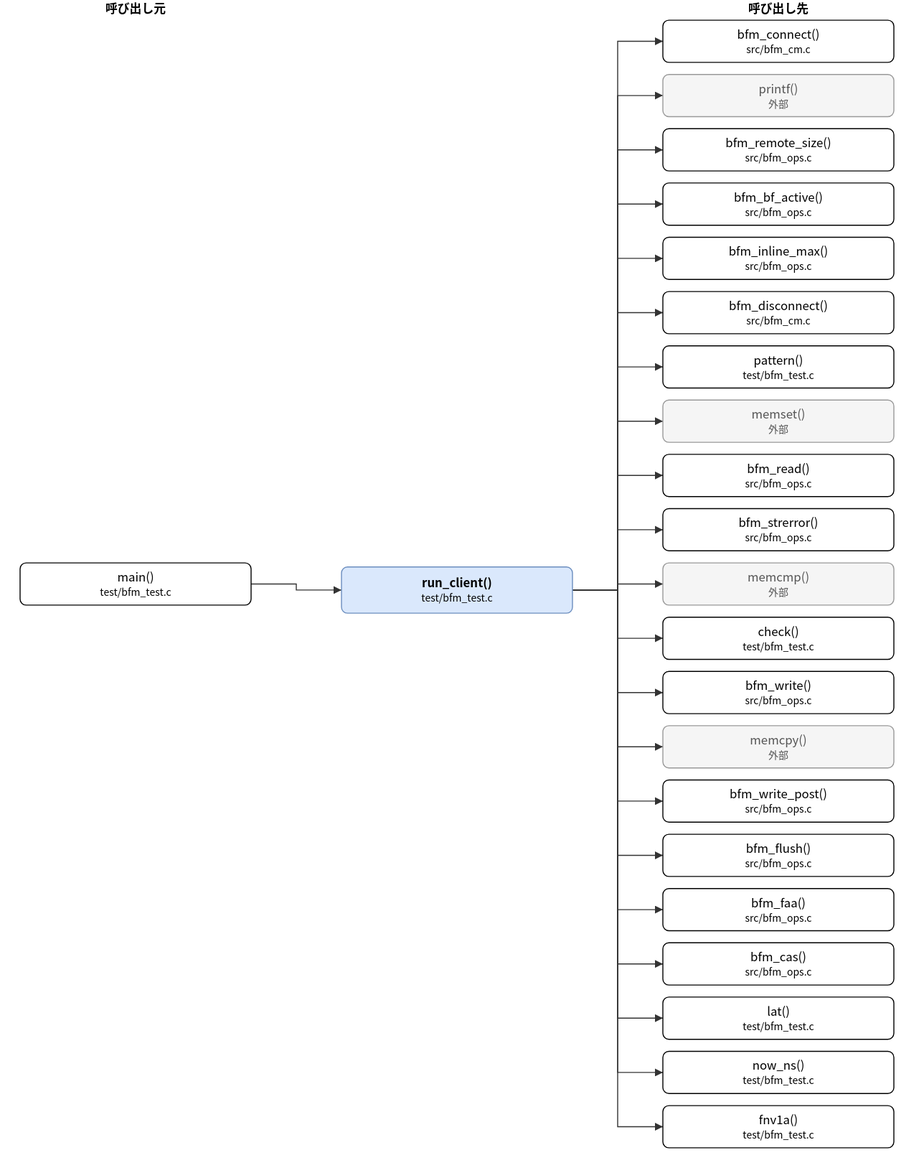
Above: doc/spec/images/call_test_bfm_test-run_client.drawio.svg in hf355051012-ai/bfmem (draw.io), before the change. Source tidied: cells renumbered, new cells last; positions are measured from the earlier drawing's top-left corner, leaving out a move shared by most shapes.
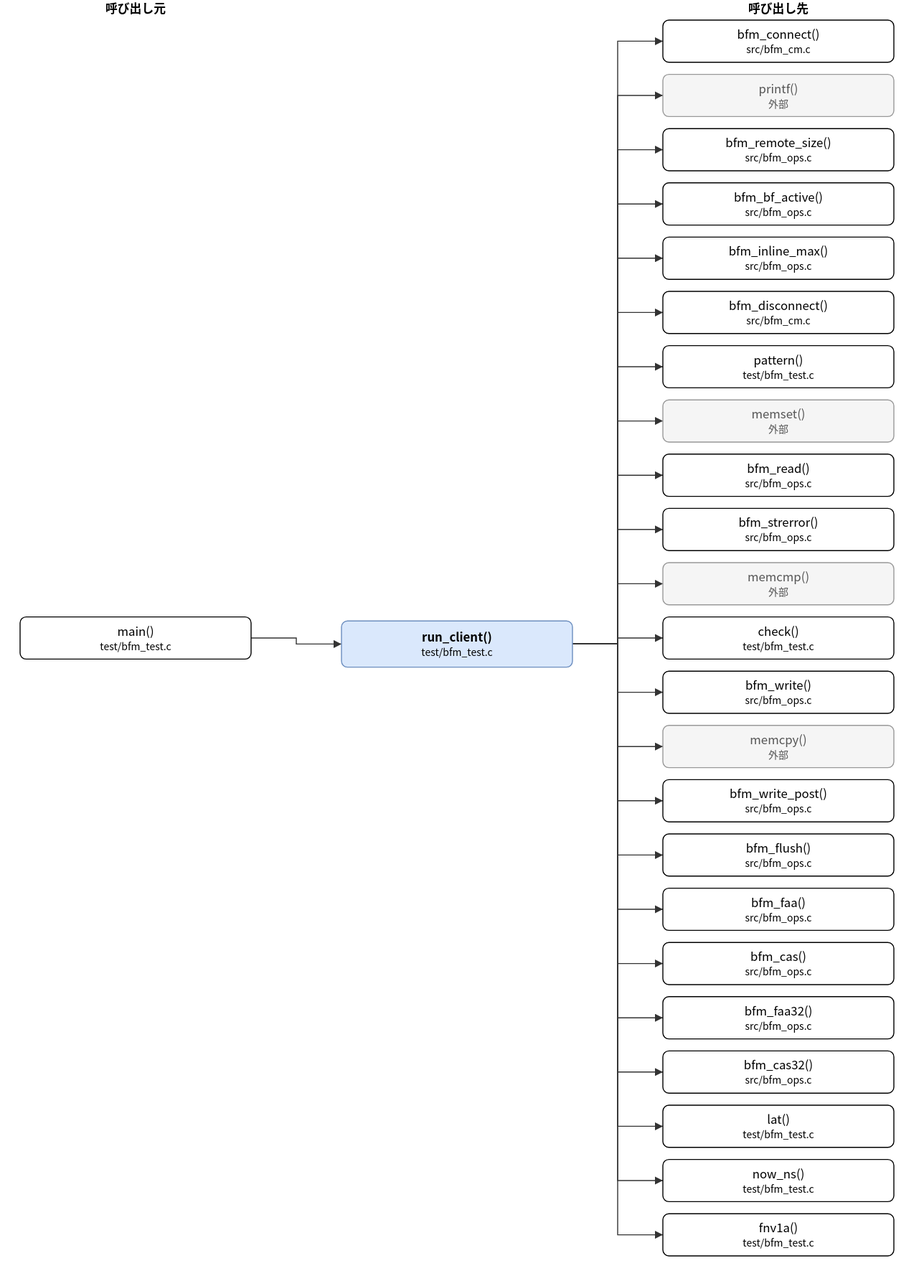
The same diagram one commit later.

What changed in the source:
```diff
@@ -3,10 +3,10 @@
     <mxCell id="0" />
     <mxCell id="1" parent="0" />
     <mxCell id="2" value="run_client()&lt;br&gt;&lt;font style=&quot;font-size:10px&quot;&gt;test/bfm_test.c&lt;/font&gt;" style="rounded=1;whiteSpace=wrap;html=1;fillColor=#dae8fc;strokeColor=#6c8ebf;fontStyle=1;" parent="1" vertex="1">
-      <mxGeometry x="320" y="564" width="230" height="46" as="geometry" />
+      <mxGeometry x="320" y="618" width="230" height="46" as="geometry" />
     </mxCell>
     <mxCell id="3" value="main()&lt;br&gt;&lt;font style=&quot;font-size:10px&quot;&gt;test/bfm_test.c&lt;/font&gt;" style="rounded=1;whiteSpace=wrap;html=1;" parent="1" vertex="1">
-      <mxGeometry y="560" width="230" height="42" as="geometry" />
+      <mxGeometry y="614" width="230" height="42" as="geometry" />
     </mxCell>
     <mxCell id="4" value="bfm_connect()&lt;br&gt;&lt;font style=&quot;font-size:10px&quot;&gt;src/bfm_cm.c&lt;/font&gt;" style="rounded=1;whiteSpace=wrap;html=1;" parent="1" vertex="1">
       <mxGeometry x="640" y="20" width="230" height="42" as="geometry" />
@@ -62,27 +62,33 @@
     <mxCell id="21" value="bfm_cas()&lt;br&gt;&lt;font style=&quot;font-size:10px&quot;&gt;src/bfm_ops.c&lt;/font&gt;" style="rounded=1;whiteSpace=wrap;html=1;" parent="1" vertex="1">
       <mxGeometry x="640" y="938" width="230" height="42" as="geometry" />
     </mxCell>
-    <mxCell id="22" value="lat()&lt;br&gt;&lt;font style=&quot;font-size:10px&quot;&gt;test/bfm_test.c&lt;/font&gt;" style="rounded=1;whiteSpace=wrap;html=1;" parent="1" vertex="1">
+    <mxCell id="22" value="bfm_faa32()&lt;br&gt;&lt;font style=&quot;font-size:10px&quot;&gt;src/bfm_ops.c&lt;/font&gt;" style="rounded=1;whiteSpace=wrap;html=1;" parent="1" vertex="1">
       <mxGeometry x="640" y="992" width="230" height="42" as="geometry" />
     </mxCell>
-    <mxCell id="23" value="now_ns()&lt;br&gt;&lt;font style=&quot;font-size:10px&quot;&gt;test/bfm_test.c&lt;/font&gt;" style="rounded=1;whiteSpace=wrap;html=1;" parent="1" vertex="1">
+    <mxCell id="23" value="bfm_cas32()&lt;br&gt;&lt;font style=&quot;font-size:10px&quot;&gt;src/bfm_ops.c&lt;/font&gt;" style="rounded=1;whiteSpace=wrap;html=1;" parent="1" vertex="1">
       <mxGeometry x="640" y="1046" width="230" height="42" as="geometry" />
     </mxCell>
-    <mxCell id="24" value="fnv1a()&lt;br&gt;&lt;font style=&quot;font-size:10px&quot;&gt;test/bfm_test.c&lt;/font&gt;" style="rounded=1;whiteSpace=wrap;html=1;" parent="1" vertex="1">
+    <mxCell id="24" value="lat()&lt;br&gt;&lt;font style=&quot;font-size:10px&quot;&gt;test/bfm_test.c&lt;/font&gt;" style="rounded=1;whiteSpace=wrap;html=1;" parent="1" vertex="1">
       <mxGeometry x="640" y="1100" width="230" height="42" as="geometry" />
     </mxCell>
+    <mxCell id="49" value="now_ns()&lt;br&gt;&lt;font style=&quot;font-size:10px&quot;&gt;test/bfm_test.c&lt;/font&gt;" style="rounded=1;whiteSpace=wrap;html=1;" parent="1" vertex="1">
+      <mxGeometry x="640" y="1154" width="230" height="42" as="geometry" />
+    </mxCell>
+    <mxCell id="50" value="fnv1a()&lt;br&gt;&lt;font style=&quot;font-size:10px&quot;&gt;test/bfm_test.c&lt;/font&gt;" style="rounded=1;whiteSpace=wrap;html=1;" parent="1" vertex="1">
+      <mxGeometry x="640" y="1208" width="230" height="42" as="geometry" />
+    </mxCell>
     <mxCell id="25" style="edgeStyle=none;html=1;rounded=0;endArrow=block;endFill=1;exitX=1.0000;exitY=0.5000;exitDx=0;exitDy=0;exitPerimeter=0;entryX=0.0000;entryY=0.5000;entryDx=0;entryDy=0;entryPerimeter=0;" parent="1" edge="1" source="3" target="2">
       <mxGeometry relative="1" as="geometry">
         <Array as="points">
-          <mxPoint x="275" y="581" />
-          <mxPoint x="275" y="587" />
+          <mxPoint x="275" y="635" />
+          <mxPoint x="275" y="641" />
         </Array>
       </mxGeometry>
     </mxCell>
     <mxCell id="26" style="edgeStyle=none;html=1;rounded=0;endArrow=block;endFill=1;exitX=1.0000;exitY=0.5000;exitDx=0;exitDy=0;exitPerimeter=0;entryX=0.0000;entryY=0.5000;entryDx=0;entryDy=0;entryPerimeter=0;" parent="1" edge="1" source="2" target="4">
       <mxGeometry relative="1" as="geometry">
         <Array as="points">
-          <mxPoint x="595" y="587" />
+          <mxPoint x="595" y="641" />
           <mxPoint x="595" y="41" />
         </Array>
       </mxGeometry>
@@ -90,7 +96,7 @@
     <mxCell id="27" style="edgeStyle=none;html=1;rounded=0;endArrow=block;endFill=1;exitX=1.0000;exitY=0.5000;exitDx=0;exitDy=0;exitPerimeter=0;entryX=0.0000;entryY=0.5000;entryDx=0;entryDy=0;entryPerimeter=0;" parent="1" edge="1" source="2" target="5">
       <mxGeometry relative="1" as="geometry">
         <Array as="points">
-          <mxPoint x="595" y="587" />
+          <mxPoint x="595" y="641" />
           <mxPoint x="595" y="95" />
         </Array>
       </mxGeometry>
@@ -98,7 +104,7 @@
     <mxCell id="28" style="edgeStyle=none;html=1;rounded=0;endArrow=block;endFill=1;exitX=1.0000;exitY=0.5000;exitDx=0;exitDy=0;exitPerimeter=0;entryX=0.0000;entryY=0.5000;entryDx=0;entryDy=0;entryPerimeter=0;" parent="1" edge="1" source="2" target="6">
       <mxGeometry relative="1" as="geometry">
         <Array as="points">
-          <mxPoint x="595" y="587" />
+          <mxPoint x="595" y="641" />
           <mxPoint x="595" y="149" />
         </Array>
       </mxGeometry>
@@ -106,7 +112,7 @@
     <mxCell id="29" style="edgeStyle=none;html=1;rounded=0;endArrow=block;endFill=1;exitX=1.0000;exitY=0.5000;exitDx=0;exitDy=0;exitPerimeter=0;entryX=0.0000;entryY=0.5000;entryDx=0;entryDy=0;entryPerimeter=0;" parent="1" edge="1" source="2" target="7">
       <mxGeometry relative="1" as="geometry">
         <Array as="points">
-          <mxPoint x="595" y="587" />
+          <mxPoint x="595" y="641" />
           <mxPoint x="595" y="203" />
         </Array>
       </mxGeometry>
@@ -114,7 +120,7 @@
     <mxCell id="30" style="edgeStyle=none;html=1;rounded=0;endArrow=block;endFill=1;exitX=1.0000;exitY=0.5000;exitDx=0;exitDy=0;exitPerimeter=0;entryX=0.0000;entryY=0.5000;entryDx=0;entryDy=0;entryPerimeter=0;" parent="1" edge="1" source="2" target="8">
       <mxGeometry relative="1" as="geometry">
         <Array as="points">
-          <mxPoint x="595" y="587" />
+          <mxPoint x="595" y="641" />
           <mxPoint x="595" y="257" />
         </Array>
       </mxGeometry>
@@ -122,7 +128,7 @@
     <mxCell id="31" style="edgeStyle=none;html=1;rounded=0;endArrow=block;endFill=1;exitX=1.0000;exitY=0.5000;exitDx=0;exitDy=0;exitPerimeter=0;entryX=0.0000;entryY=0.5000;entryDx=0;entryDy=0;entryPerimeter=0;" parent="1" edge="1" source="2" target="9">
       <mxGeometry relative="1" as="geometry">
         <Array as="points">
-          <mxPoint x="595" y="587" />
+          <mxPoint x="595" y="641" />
           <mxPoint x="595" y="311" />
         </Array>
       </mxGeometry>
@@ -130,7 +136,7 @@
     <mxCell id="32" style="edgeStyle=none;html=1;rounded=0;endArrow=block;endFill=1;exitX=1.0000;exitY=0.5000;exitDx=0;exitDy=0;exitPerimeter=0;entryX=0.0000;entryY=0.5000;entryDx=0;entryDy=0;entryPerimeter=0;" parent="1" edge="1" source="2" target="10">
       <mxGeometry relative="1" as="geometry">
         <Array as="points">
-          <mxPoint x="595" y="587" />
+          <mxPoint x="595" y="641" />
           <mxPoint x="595" y="365" />
         </Array>
       </mxGeometry>
@@ -138,7 +144,7 @@
     <mxCell id="33" style="edgeStyle=none;html=1;rounded=0;endArrow=block;endFill=1;exitX=1.0000;exitY=0.5000;exitDx=0;exitDy=0;exitPerimeter=0;entryX=0.0000;entryY=0.5000;entryDx=0;entryDy=0;entryPerimeter=0;" parent="1" edge="1" source="2" target="11">
       <mxGeometry relative="1" as="geometry">
         <Array as="points">
-          <mxPoint x="595" y="587" />
+          <mxPoint x="595" y="641" />
           <mxPoint x="595" y="419" />
         </Array>
       </mxGeometry>
@@ -146,7 +152,7 @@
     <mxCell id="34" style="edgeStyle=none;html=1;rounded=0;endArrow=block;endFill=1;exitX=1.0000;exitY=0.5000;exitDx=0;exitDy=0;exitPerimeter=0;entryX=0.0000;entryY=0.5000;entryDx=0;entryDy=0;entryPerimeter=0;" parent="1" edge="1" source="2" target="12">
       <mxGeometry relative="1" as="geometry">
         <Array as="points">
-          <mxPoint x="595" y="587" />
+          <mxPoint x="595" y="641" />
           <mxPoint x="595" y="473" />
         </Array>
       </mxGeometry>
@@ -154,7 +160,7 @@
     <mxCell id="35" style="edgeStyle=none;html=1;rounded=0;endArrow=block;endFill=1;exitX=1.0000;exitY=0.5000;exitDx=0;exitDy=0;exitPerimeter=0;entryX=0.0000;entryY=0.5000;entryDx=0;entryDy=0;entryPerimeter=0;" parent="1" edge="1" source="2" target="13">
       <mxGeometry relative="1" as="geometry">
         <Array as="points">
-          <mxPoint x="595" y="587" />
+          <mxPoint x="595" y="641" />
           <mxPoint x="595" y="527" />
         </Array>
       </mxGeometry>
@@ -162,7 +168,7 @@
     <mxCell id="36" style="edgeStyle=none;html=1;rounded=0;endArrow=block;endFill=1;exitX=1.0000;exitY=0.5000;exitDx=0;exitDy=0;exitPerimeter=0;entryX=0.0000;entryY=0.5000;entryDx=0;entryDy=0;entryPerimeter=0;" parent="1" edge="1" source="2" target="14">
       <mxGeometry relative="1" as="geometry">
         <Array as="points">
-          <mxPoint x="595" y="587" />
+          <mxPoint x="595" y="641" />
           <mxPoint x="595" y="581" />
         </Array>
       </mxGeometry>
@@ -170,7 +176,7 @@
     <mxCell id="37" style="edgeStyle=none;html=1;rounded=0;endArrow=block;endFill=1;exitX=1.0000;exitY=0.5000;exitDx=0;exitDy=0;exitPerimeter=0;entryX=0.0000;entryY=0.5000;entryDx=0;entryDy=0;entryPerimeter=0;" parent="1" edge="1" source="2" target="15">
       <mxGeometry relative="1" as="geometry">
         <Array as="points">
-          <mxPoint x="595" y="587" />
+          <mxPoint x="595" y="641" />
           <mxPoint x="595" y="635" />
         </Array>
       </mxGeometry>
@@ -178,7 +184,7 @@
     <mxCell id="38" style="edgeStyle=none;html=1;rounded=0;endArrow=block;endFill=1;exitX=1.0000;exitY=0.5000;exitDx=0;exitDy=0;exitPerimeter=0;entryX=0.0000;entryY=0.5000;entryDx=0;entryDy=0;entryPerimeter=0;" parent="1" edge="1" source="2" target="16">
       <mxGeometry relative="1" as="geometry">
         <Array as="points">
-          <mxPoint x="595" y="587" />
+          <mxPoint x="595" y="641" />
           <mxPoint x="595" y="689" />
         </Array>
       </mxGeometry>
@@ -186,7 +192,7 @@
     <mxCell id="39" style="edgeStyle=none;html=1;rounded=0;endArrow=block;endFill=1;exitX=1.0000;exitY=0.5000;exitDx=0;exitDy=0;exitPerimeter=0;entryX=0.0000;entryY=0.5000;entryDx=0;entryDy=0;entryPerimeter=0;" parent="1" edge="1" source="2" target="17">
       <mxGeometry relative="1" as="geometry">
         <Array as="points">
-          <mxPoint x="595" y="587" />
+          <mxPoint x="595" y="641" />
           <mxPoint x="595" y="743" />
         </Array>
       </mxGeometry>
@@ -194,7 +200,7 @@
     <mxCell id="40" style="edgeStyle=none;html=1;rounded=0;endArrow=block;endFill=1;exitX=1.0000;exitY=0.5000;exitDx=0;exitDy=0;exitPerimeter=0;entryX=0.0000;entryY=0.5000;entryDx=0;entryDy=0;entryPerimeter=0;" parent="1" edge="1" source="2" target="18">
       <mxGeometry relative="1" as="geometry">
         <Array as="points">
-          <mxPoint x="595" y="587" />
+          <mxPoint x="595" y="641" />
           <mxPoint x="595" y="797" />
         </Array>
       </mxGeometry>
@@ -202,7 +208,7 @@
     <mxCell id="41" style="edgeStyle=none;html=1;rounded=0;endArrow=block;endFill=1;exitX=1.0000;exitY=0.5000;exitDx=0;exitDy=0;exitPerimeter=0;entryX=0.0000;entryY=0.5000;entryDx=0;entryDy=0;entryPerimeter=0;" parent="1" edge="1" source="2" target="19">
       <mxGeometry relative="1" as="geometry">
         <Array as="points">
-          <mxPoint x="595" y="587" />
+          <mxPoint x="595" y="641" />
           <mxPoint x="595" y="851" />
         </Array>
       </mxGeometry>
@@ -210,7 +216,7 @@
     <mxCell id="42" style="edgeStyle=none;html=1;rounded=0;endArrow=block;endFill=1;exitX=1.0000;exitY=0.5000;exitDx=0;exitDy=0;exitPerimeter=0;entryX=0.0000;entryY=0.5000;entryDx=0;entryDy=0;entryPerimeter=0;" parent="1" edge="1" source="2" target="20">
       <mxGeometry relative="1" as="geometry">
         <Array as="points">
-          <mxPoint x="595" y="587" />
+          <mxPoint x="595" y="641" />
           <mxPoint x="595" y="905" />
         </Array>
       </mxGeometry>
@@ -218,7 +224,7 @@
     <mxCell id="43" style="edgeStyle=none;html=1;rounded=0;endArrow=block;endFill=1;exitX=1.0000;exitY=0.5000;exitDx=0;exitDy=0;exitPerimeter=0;entryX=0.0000;entryY=0.5000;entryDx=0;entryDy=0;entryPerimeter=0;" parent="1" edge="1" source="2" target="21">
       <mxGeometry relative="1" as="geometry">
         <Array as="points">
-          <mxPoint x="595" y="587" />
+          <mxPoint x="595" y="641" />
           <mxPoint x="595" y="959" />
         </Array>
       </mxGeometry>
@@ -226,7 +232,7 @@
     <mxCell id="44" style="edgeStyle=none;html=1;rounded=0;endArrow=block;endFill=1;exitX=1.0000;exitY=0.5000;exitDx=0;exitDy=0;exitPerimeter=0;entryX=0.0000;entryY=0.5000;entryDx=0;entryDy=0;entryPerimeter=0;" parent="1" edge="1" source="2" target="22">
       <mxGeometry relative="1" as="geometry">
         <Array as="points">
-          <mxPoint x="595" y="587" />
+          <mxPoint x="595" y="641" />
           <mxPoint x="595" y="1013" />
         </Array>
       </mxGeometry>
@@ -234,7 +240,7 @@
     <mxCell id="45" style="edgeStyle=none;html=1;rounded=0;endArrow=block;endFill=1;exitX=1.0000;exitY=0.5000;exitDx=0;exitDy=0;exitPerimeter=0;entryX=0.0000;entryY=0.5000;entryDx=0;entryDy=0;entryPerimeter=0;" parent="1" edge="1" source="2" target="23">
       <mxGeometry relative="1" as="geometry">
         <Array as="points">
-          <mxPoint x="595" y="587" />
+          <mxPoint x="595" y="641" />
           <mxPoint x="595" y="1067" />
         </Array>
       </mxGeometry>
@@ -242,11 +248,27 @@
     <mxCell id="46" style="edgeStyle=none;html=1;rounded=0;endArrow=block;endFill=1;exitX=1.0000;exitY=0.5000;exitDx=0;exitDy=0;exitPerimeter=0;entryX=0.0000;entryY=0.5000;entryDx=0;entryDy=0;entryPerimeter=0;" parent="1" edge="1" source="2" target="24">
       <mxGeometry relative="1" as="geometry">
         <Array as="points">
-          <mxPoint x="595" y="587" />
+          <mxPoint x="595" y="641" />
           <mxPoint x="595" y="1121" />
         </Array>
       </mxGeometry>
     </mxCell>
+    <mxCell id="51" style="edgeStyle=none;html=1;rounded=0;endArrow=block;endFill=1;exitX=1.0000;exitY=0.5000;exitDx=0;exitDy=0;exitPerimeter=0;entryX=0.0000;entryY=0.5000;entryDx=0;entryDy=0;entryPerimeter=0;" parent="1" edge="1" source="2" target="49">
+      <mxGeometry relative="1" as="geometry">
+        <Array as="points">
+          <mxPoint x="595" y="641" />
+          <mxPoint x="595" y="1175" />
+        </Array>
+      </mxGeometry>
+    </mxCell>
+    <mxCell id="52" style="edgeStyle=none;html=1;rounded=0;endArrow=block;endFill=1;exitX=1.0000;exitY=0.5000;exitDx=0;exitDy=0;exitPerimeter=0;entryX=0.0000;entryY=0.5000;entryDx=0;entryDy=0;entryPerimeter=0;" parent="1" edge="1" source="2" target="50">
+      <mxGeometry relative="1" as="geometry">
+        <Array as="points">
+          <mxPoint x="595" y="641" />
+          <mxPoint x="595" y="1229" />
+        </Array>
+      </mxGeometry>
+    </mxCell>
     <mxCell id="47" value="呼び出し元" style="text;html=1;align=center;fontStyle=1;" parent="1" vertex="1">
       <mxGeometry x="35" width="160" height="18" as="geometry" />
     </mxCell>
```
